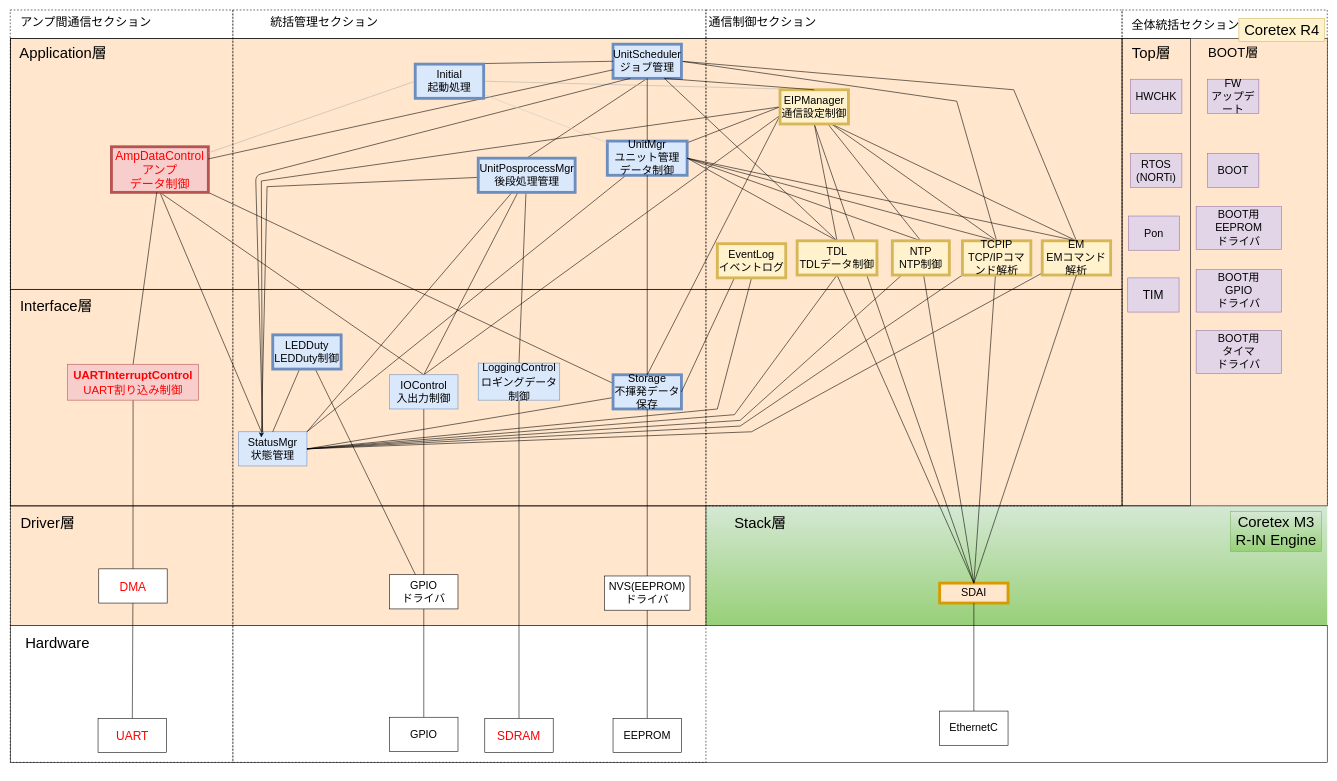
Earlier version of the draw.io diagram page "RevG_NewスマNWU静的構造_完全版" (1 of 4) of NWユニット_アーキテクチャ図.drawio (YutaSuzukiGARI/nwunit). Source tidied: cells renumbered, new cells numbered last; positions are measured from the earlier drawing's top-left corner, leaving out a move shared by most shapes. Both pictures are drawn from the tidied source at 57%, with x=0, y=0 at pixel (10, 10).
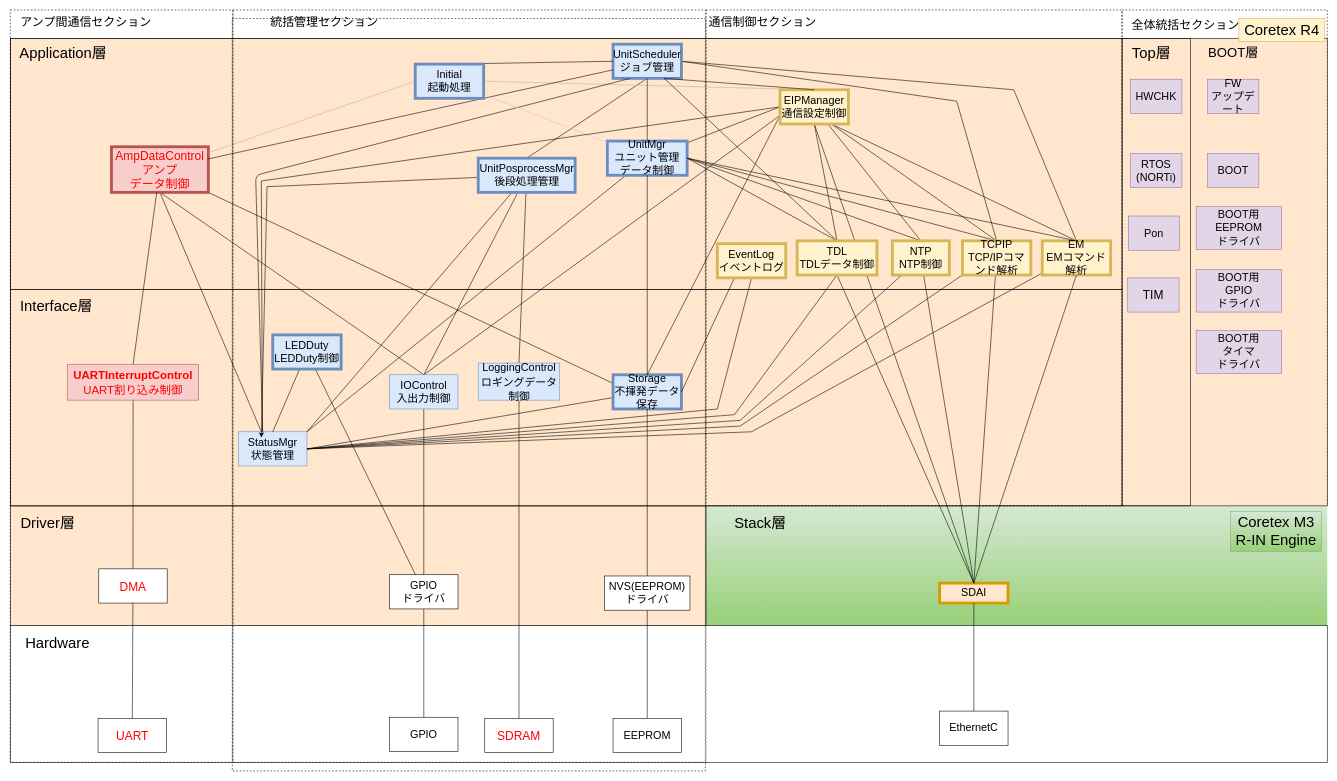
The same diagram, later.

Commit message:
NWユニット_アーキテクチャ図.drawio を更新します

The edit, as a diff of the source:
```diff
@@
+    <mxCell id="121" style="rounded=0;whiteSpace=wrap;html=1;fillColor=none;dashed=1;strokeColor=default;fontColor=default;" parent="1" vertex="1">
+      <mxGeometry x="389" y="15" width="830" height="1320" as="geometry" />
+    </mxCell>
```
